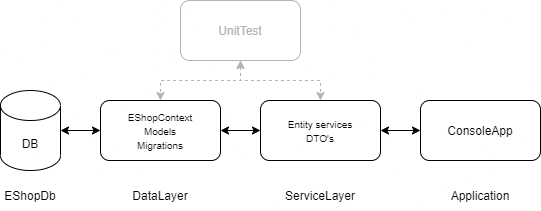
Earlier version of the draw.io export eShop.drawio.png (Sjimooon-Study/eShop). Source tidied: cells renumbered, new cells last; positions are measured from the earlier drawing's top-left corner, leaving out a move shared by most shapes. Source of this version:
```xml
<mxGraphModel>
  <root>
    <mxCell id="0" />
    <mxCell id="1" parent="0" />
    <mxCell id="2" value="&lt;font style=&quot;font-size: 12px&quot;&gt;DB&lt;/font&gt;" style="shape=cylinder3;whiteSpace=wrap;html=1;boundedLbl=1;backgroundOutline=1;size=15;" parent="1" vertex="1">
      <mxGeometry y="90" width="60" height="80" as="geometry" />
    </mxCell>
    <mxCell id="3" value="&lt;font style=&quot;font-size: 10px&quot;&gt;EShopContext&lt;br&gt;Models&lt;br&gt;Migrations&lt;/font&gt;" style="rounded=1;whiteSpace=wrap;html=1;" parent="1" vertex="1">
      <mxGeometry x="100" y="100" width="120" height="60" as="geometry" />
    </mxCell>
    <mxCell id="4" value="&lt;font style=&quot;font-size: 10px&quot;&gt;Entity services&lt;br&gt;DTO's&lt;/font&gt;" style="rounded=1;whiteSpace=wrap;html=1;" parent="1" vertex="1">
      <mxGeometry x="260" y="100" width="120" height="60" as="geometry" />
    </mxCell>
    <mxCell id="5" value="&lt;font color=&quot;#b3b3b3&quot;&gt;UnitTest&lt;/font&gt;" style="rounded=1;whiteSpace=wrap;html=1;fontSize=12;strokeColor=#B3B3B3;" parent="1" vertex="1">
      <mxGeometry x="180" width="120" height="60" as="geometry" />
    </mxCell>
    <mxCell id="6" style="endArrow=classic;startArrow=classic;html=1;rounded=0;fontSize=12;edgeStyle=orthogonalEdgeStyle;exitX=1;exitY=0.5;exitDx=0;exitDy=0;exitPerimeter=0;entryX=0;entryY=0.5;entryDx=0;entryDy=0;" parent="1" edge="1" source="2" target="3">
      <mxGeometry relative="1" as="geometry" />
    </mxCell>
    <mxCell id="7" style="endArrow=classic;startArrow=classic;html=1;rounded=0;fontSize=12;edgeStyle=orthogonalEdgeStyle;exitX=1;exitY=0.5;exitDx=0;exitDy=0;entryX=0;entryY=0.5;entryDx=0;entryDy=0;" parent="1" edge="1" source="3" target="4">
      <mxGeometry relative="1" as="geometry" />
    </mxCell>
    <mxCell id="8" style="endArrow=classic;startArrow=classic;html=1;rounded=0;fontSize=12;edgeStyle=orthogonalEdgeStyle;entryX=0.5;entryY=0;entryDx=0;entryDy=0;exitX=0.5;exitY=1;exitDx=0;exitDy=0;strokeColor=#B3B3B3;dashed=1;" parent="1" edge="1" source="5" target="4">
      <mxGeometry relative="1" as="geometry" />
    </mxCell>
    <mxCell id="9" style="endArrow=classic;startArrow=classic;html=1;rounded=0;fontSize=12;edgeStyle=orthogonalEdgeStyle;entryX=0.5;entryY=0;entryDx=0;entryDy=0;exitX=0.5;exitY=1;exitDx=0;exitDy=0;strokeColor=#B3B3B3;dashed=1;" parent="1" edge="1" source="5" target="3">
      <mxGeometry relative="1" as="geometry" />
    </mxCell>
    <mxCell id="10" value="ConsoleApp" style="rounded=1;whiteSpace=wrap;html=1;fontSize=12;" parent="1" vertex="1">
      <mxGeometry x="420" y="100" width="120" height="60" as="geometry" />
    </mxCell>
    <mxCell id="11" style="endArrow=classic;startArrow=classic;html=1;rounded=0;fontSize=12;edgeStyle=orthogonalEdgeStyle;entryX=0;entryY=0.5;entryDx=0;entryDy=0;exitX=1;exitY=0.5;exitDx=0;exitDy=0;" parent="1" edge="1" source="4" target="10">
      <mxGeometry relative="1" as="geometry" />
    </mxCell>
    <mxCell id="12" value="EShopDb" style="text;html=1;strokeColor=none;fillColor=none;align=center;verticalAlign=middle;whiteSpace=wrap;rounded=0;fontSize=12;" parent="1" vertex="1">
      <mxGeometry y="180" width="60" height="30" as="geometry" />
    </mxCell>
    <mxCell id="13" value="DataLayer" style="text;html=1;strokeColor=none;fillColor=none;align=center;verticalAlign=middle;whiteSpace=wrap;rounded=0;fontSize=12;" parent="1" vertex="1">
      <mxGeometry x="130" y="180" width="60" height="30" as="geometry" />
    </mxCell>
    <mxCell id="14" value="ServiceLayer" style="text;html=1;strokeColor=none;fillColor=none;align=center;verticalAlign=middle;whiteSpace=wrap;rounded=0;fontSize=12;" parent="1" vertex="1">
      <mxGeometry x="290" y="180" width="60" height="30" as="geometry" />
    </mxCell>
    <mxCell id="15" value="Application" style="text;html=1;strokeColor=none;fillColor=none;align=center;verticalAlign=middle;whiteSpace=wrap;rounded=0;fontSize=12;" parent="1" vertex="1">
      <mxGeometry x="450" y="180" width="60" height="30" as="geometry" />
    </mxCell>
  </root>
</mxGraphModel>
```
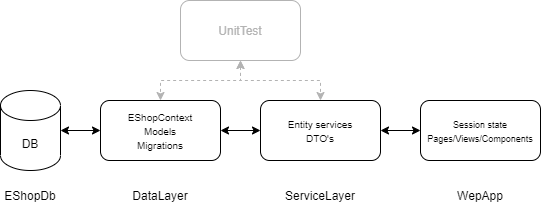
The same diagram one commit later.

The edit, as a diff of the source:
```diff
@@ -26,7 +26,7 @@
     <mxCell id="9" style="endArrow=classic;startArrow=classic;html=1;rounded=0;fontSize=12;edgeStyle=orthogonalEdgeStyle;entryX=0.5;entryY=0;entryDx=0;entryDy=0;exitX=0.5;exitY=1;exitDx=0;exitDy=0;strokeColor=#B3B3B3;dashed=1;" parent="1" edge="1" source="5" target="3">
       <mxGeometry relative="1" as="geometry" />
     </mxCell>
-    <mxCell id="10" value="ConsoleApp" style="rounded=1;whiteSpace=wrap;html=1;fontSize=12;" parent="1" vertex="1">
+    <mxCell id="10" value="&lt;font&gt;&lt;font style=&quot;font-size: 9px&quot;&gt;Session state&lt;br&gt;&lt;font&gt;Pages/Views/Components&lt;/font&gt;&lt;/font&gt;&lt;br&gt;&lt;/font&gt;" style="rounded=1;whiteSpace=wrap;html=1;fontSize=12;" parent="1" vertex="1">
       <mxGeometry x="420" y="100" width="120" height="60" as="geometry" />
     </mxCell>
     <mxCell id="11" style="endArrow=classic;startArrow=classic;html=1;rounded=0;fontSize=12;edgeStyle=orthogonalEdgeStyle;entryX=0;entryY=0.5;entryDx=0;entryDy=0;exitX=1;exitY=0.5;exitDx=0;exitDy=0;" parent="1" edge="1" source="4" target="10">
@@ -41,7 +41,7 @@
     <mxCell id="14" value="ServiceLayer" style="text;html=1;strokeColor=none;fillColor=none;align=center;verticalAlign=middle;whiteSpace=wrap;rounded=0;fontSize=12;" parent="1" vertex="1">
       <mxGeometry x="290" y="180" width="60" height="30" as="geometry" />
     </mxCell>
-    <mxCell id="15" value="Application" style="text;html=1;strokeColor=none;fillColor=none;align=center;verticalAlign=middle;whiteSpace=wrap;rounded=0;fontSize=12;" parent="1" vertex="1">
+    <mxCell id="15" value="WepApp" style="text;html=1;strokeColor=none;fillColor=none;align=center;verticalAlign=middle;whiteSpace=wrap;rounded=0;fontSize=12;" parent="1" vertex="1">
       <mxGeometry x="450" y="180" width="60" height="30" as="geometry" />
     </mxCell>
   </root>
```
